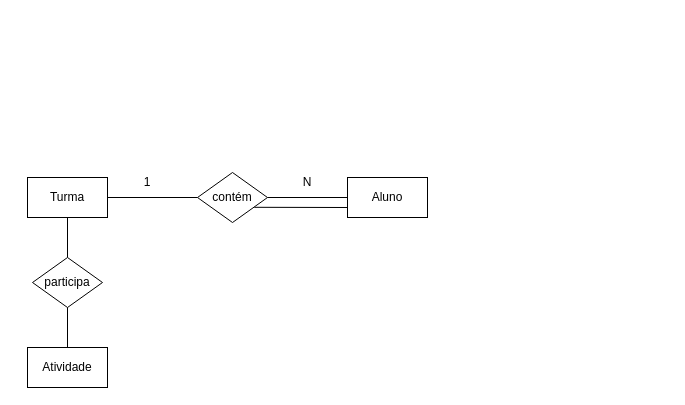
Above: DiagramaEx4.drawio in rtavares018/BD (draw.io), before the change. Source tidied: cells renumbered, new cells numbered last; positions are measured from the earlier drawing's top-left corner, leaving out a move shared by most shapes. Both pictures are drawn from the tidied source at 100%, with x=0, y=0 at pixel (27, 167).
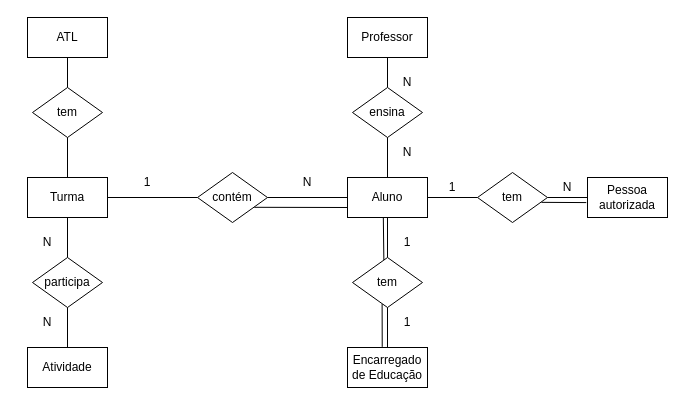
After the change.

Unchanged cells that the change refers to:
```xml
<mxCell id="2" value="Aluno" style="rounded=0;whiteSpace=wrap;html=1;" parent="1" vertex="1">
  <mxGeometry x="320" y="10" width="80" height="40" as="geometry" />
</mxCell>
<mxCell id="3" value="Turma" style="rounded=0;whiteSpace=wrap;html=1;" parent="1" vertex="1">
  <mxGeometry y="10" width="80" height="40" as="geometry" />
</mxCell>
```

The edit, as a diff of the source:
```diff
@@
+    <mxCell id="14" value="Encarregado&lt;br&gt;de Educação" style="rounded=0;whiteSpace=wrap;html=1;" parent="1" vertex="1">
+      <mxGeometry x="320" y="180" width="80" height="40" as="geometry" />
+    </mxCell>
+    <mxCell id="15" value="Professor" style="rounded=0;whiteSpace=wrap;html=1;" parent="1" vertex="1">
+      <mxGeometry x="320" y="-150" width="80" height="40" as="geometry" />
+    </mxCell>
+    <mxCell id="16" style="endArrow=none;html=1;rounded=0;entryX=0.5;entryY=1;entryDx=0;entryDy=0;exitX=0.5;exitY=0;exitDx=0;exitDy=0;" parent="1" edge="1" source="17" target="15">
+      <mxGeometry relative="1" as="geometry" />
+    </mxCell>
+    <mxCell id="17" value="ensina" style="rhombus;whiteSpace=wrap;html=1;" parent="1" vertex="1">
+      <mxGeometry x="325" y="-80" width="70" height="50" as="geometry" />
+    </mxCell>
+    <mxCell id="18" value="tem" style="rhombus;whiteSpace=wrap;html=1;" parent="1" vertex="1">
+      <mxGeometry x="325" y="90" width="70" height="50" as="geometry" />
+    </mxCell>
+    <mxCell id="19" style="endArrow=none;html=1;rounded=0;entryX=0.5;entryY=1;entryDx=0;entryDy=0;exitX=0.5;exitY=0;exitDx=0;exitDy=0;" parent="1" edge="1" source="2" target="17">
+      <mxGeometry relative="1" as="geometry" />
+    </mxCell>
+    <mxCell id="20" style="endArrow=none;html=1;rounded=0;entryX=0.5;entryY=1;entryDx=0;entryDy=0;exitX=0.5;exitY=0;exitDx=0;exitDy=0;" parent="1" edge="1" source="18" target="2">
+      <mxGeometry relative="1" as="geometry" />
+    </mxCell>
+    <mxCell id="21" style="endArrow=none;html=1;rounded=0;entryX=0.5;entryY=1;entryDx=0;entryDy=0;exitX=0.5;exitY=0;exitDx=0;exitDy=0;" parent="1" edge="1" source="14" target="18">
+      <mxGeometry relative="1" as="geometry" />
+    </mxCell>
+    <mxCell id="22" value="1" style="text;html=1;align=center;verticalAlign=middle;whiteSpace=wrap;rounded=0;" parent="1" vertex="1">
+      <mxGeometry x="350" y="140" width="60" height="30" as="geometry" />
+    </mxCell>
+    <mxCell id="23" value="1" style="text;html=1;align=center;verticalAlign=middle;whiteSpace=wrap;rounded=0;" parent="1" vertex="1">
+      <mxGeometry x="350" y="60" width="60" height="30" as="geometry" />
+    </mxCell>
+    <mxCell id="24" value="N" style="text;html=1;align=center;verticalAlign=middle;whiteSpace=wrap;rounded=0;" parent="1" vertex="1">
+      <mxGeometry x="-10" y="60" width="60" height="30" as="geometry" />
+    </mxCell>
+    <mxCell id="25" value="N" style="text;html=1;align=center;verticalAlign=middle;whiteSpace=wrap;rounded=0;" parent="1" vertex="1">
+      <mxGeometry x="-10" y="140" width="60" height="30" as="geometry" />
+    </mxCell>
+    <mxCell id="26" style="endArrow=none;html=1;rounded=0;exitX=0.448;exitY=0.05;exitDx=0;exitDy=0;exitPerimeter=0;entryX=0.448;entryY=1.011;entryDx=0;entryDy=0;entryPerimeter=0;" parent="1" edge="1" source="18" target="2">
+      <mxGeometry relative="1" as="geometry" />
+    </mxCell>
+    <mxCell id="27" style="endArrow=none;html=1;rounded=0;entryX=0.423;entryY=0.931;entryDx=0;entryDy=0;entryPerimeter=0;exitX=0.434;exitY=-0.016;exitDx=0;exitDy=0;exitPerimeter=0;" parent="1" edge="1" source="14" target="18">
+      <mxGeometry relative="1" as="geometry" />
+    </mxCell>
+    <mxCell id="28" value="N" style="text;html=1;align=center;verticalAlign=middle;whiteSpace=wrap;rounded=0;" parent="1" vertex="1">
+      <mxGeometry x="350" y="-30" width="60" height="30" as="geometry" />
+    </mxCell>
+    <mxCell id="29" value="Pessoa autorizada" style="rounded=0;whiteSpace=wrap;html=1;" parent="1" vertex="1">
+      <mxGeometry x="560" y="10" width="80" height="40" as="geometry" />
+    </mxCell>
+    <mxCell id="30" value="tem" style="rhombus;whiteSpace=wrap;html=1;" parent="1" vertex="1">
+      <mxGeometry x="450" y="5" width="70" height="50" as="geometry" />
+    </mxCell>
+    <mxCell id="31" style="endArrow=none;html=1;rounded=0;exitX=1;exitY=0.5;exitDx=0;exitDy=0;entryX=0;entryY=0.5;entryDx=0;entryDy=0;" parent="1" edge="1" source="2" target="30">
+      <mxGeometry relative="1" as="geometry" />
+    </mxCell>
+    <mxCell id="32" style="endArrow=none;html=1;rounded=0;entryX=0;entryY=0.5;entryDx=0;entryDy=0;exitX=1;exitY=0.5;exitDx=0;exitDy=0;" parent="1" edge="1" source="30" target="29">
+      <mxGeometry relative="1" as="geometry" />
+    </mxCell>
+    <mxCell id="33" value="1" style="text;html=1;align=center;verticalAlign=middle;whiteSpace=wrap;rounded=0;" parent="1" vertex="1">
+      <mxGeometry x="395" y="5" width="60" height="30" as="geometry" />
+    </mxCell>
+    <mxCell id="34" value="N" style="text;html=1;align=center;verticalAlign=middle;whiteSpace=wrap;rounded=0;" parent="1" vertex="1">
+      <mxGeometry x="510" y="5" width="60" height="30" as="geometry" />
+    </mxCell>
+    <mxCell id="35" style="endArrow=none;html=1;rounded=0;entryX=0.813;entryY=1.003;entryDx=0;entryDy=0;entryPerimeter=0;exitX=0.914;exitY=0.597;exitDx=0;exitDy=0;exitPerimeter=0;" parent="1" edge="1" source="30" target="34">
+      <mxGeometry relative="1" as="geometry" />
+    </mxCell>
+    <mxCell id="36" value="ATL" style="rounded=0;whiteSpace=wrap;html=1;" parent="1" vertex="1">
+      <mxGeometry y="-150" width="80" height="40" as="geometry" />
+    </mxCell>
+    <mxCell id="37" value="tem" style="rhombus;whiteSpace=wrap;html=1;" parent="1" vertex="1">
+      <mxGeometry x="5" y="-80" width="70" height="50" as="geometry" />
+    </mxCell>
+    <mxCell id="38" value="N" style="text;html=1;align=center;verticalAlign=middle;whiteSpace=wrap;rounded=0;" parent="1" vertex="1">
+      <mxGeometry x="350" y="-100" width="60" height="30" as="geometry" />
+    </mxCell>
+    <mxCell id="39" style="endArrow=none;html=1;rounded=0;entryX=0.5;entryY=1;entryDx=0;entryDy=0;exitX=0.5;exitY=0;exitDx=0;exitDy=0;" parent="1" edge="1" source="37" target="36">
+      <mxGeometry relative="1" as="geometry" />
+    </mxCell>
+    <mxCell id="40" style="endArrow=none;html=1;rounded=0;exitX=0.5;exitY=1;exitDx=0;exitDy=0;entryX=0.5;entryY=0;entryDx=0;entryDy=0;" parent="1" edge="1" source="37" target="3">
+      <mxGeometry relative="1" as="geometry" />
+    </mxCell>
```
